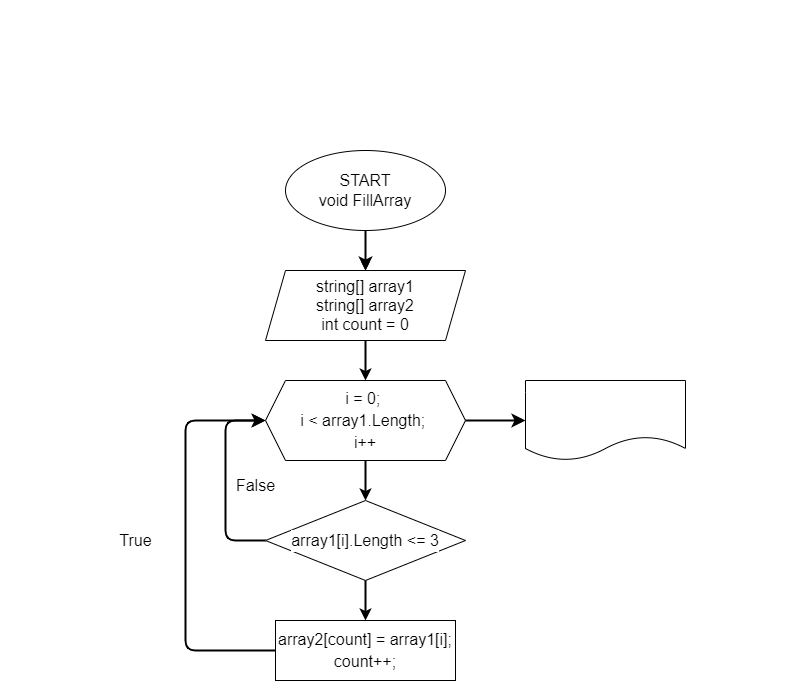
The draw.io diagram diagram.drawio.png in L-manakov/FirstFinalTestWork, before a commit. Source tidied: cells renumbered, new cells last; positions are measured from the earlier drawing's top-left corner, leaving out a move shared by most shapes.
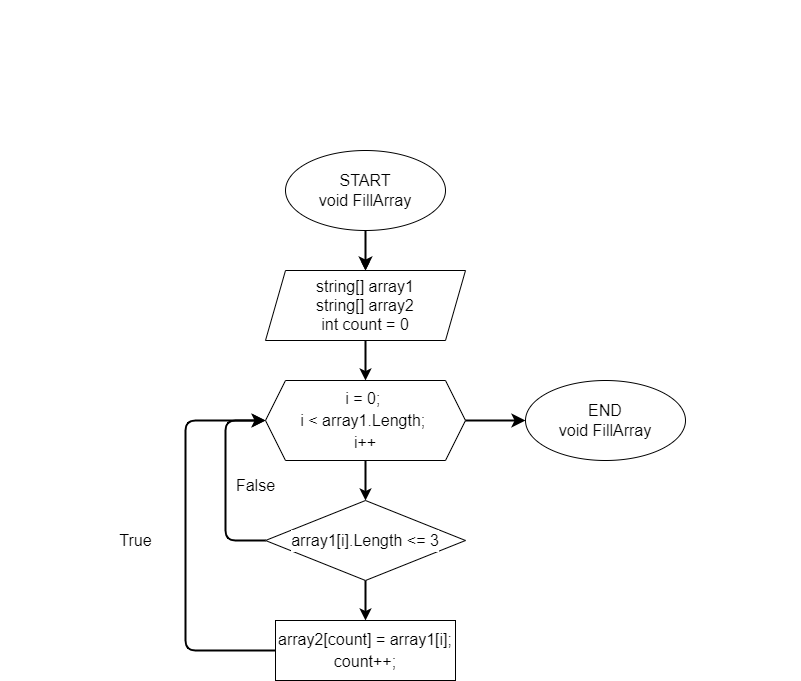
Above is the later version.

The edit, as a diff of the source:
```diff
@@ -23,8 +23,10 @@
     <mxCell id="8" style="edgeStyle=none;html=1;fontFamily=Helvetica;fontSize=16;fontColor=#000000;strokeWidth=2;" parent="1" edge="1" source="10" target="13">
       <mxGeometry relative="1" as="geometry" />
     </mxCell>
-    <mxCell id="9" style="edgeStyle=none;html=1;strokeWidth=2;fontFamily=Helvetica;fontSize=16;fontColor=#000000;startSize=8;endSize=8;" parent="1" edge="1" source="10" target="18">
-      <mxGeometry relative="1" as="geometry" />
+    <mxCell id="9" style="edgeStyle=none;html=1;strokeWidth=2;fontFamily=Helvetica;fontSize=16;fontColor=#000000;startSize=8;endSize=8;" parent="1" edge="1" source="10">
+      <mxGeometry relative="1" as="geometry">
+        <mxPoint x="525" y="420" as="targetPoint" />
+      </mxGeometry>
     </mxCell>
     <mxCell id="10" value="&lt;div style=&quot;line-height: 22px;&quot;&gt;&lt;span style=&quot;background-color: rgb(255, 255, 255);&quot;&gt;i = 0;&amp;nbsp;&lt;/span&gt;&lt;/div&gt;&lt;div style=&quot;line-height: 22px;&quot;&gt;&lt;span style=&quot;background-color: rgb(255, 255, 255);&quot;&gt;i &amp;lt; array1.Length;&amp;nbsp;&lt;/span&gt;&lt;/div&gt;&lt;div style=&quot;line-height: 22px;&quot;&gt;&lt;span style=&quot;background-color: rgb(255, 255, 255);&quot;&gt;i++&lt;/span&gt;&lt;/div&gt;" style="shape=hexagon;perimeter=hexagonPerimeter2;whiteSpace=wrap;html=1;fixedSize=1;labelBackgroundColor=#FFFFFF;fontFamily=Helvetica;fontSize=16;fontColor=#000000;" parent="1" vertex="1">
       <mxGeometry x="265" y="380" width="200" height="80" as="geometry" />
@@ -62,8 +64,8 @@
     <mxCell id="17" value="&lt;span style=&quot;background-color: rgb(255, 255, 255);&quot;&gt;False&lt;/span&gt;" style="text;html=1;align=center;verticalAlign=middle;strokeColor=none;fillColor=none;fontSize=16;fontFamily=Helvetica;fontColor=#000000;" parent="1" vertex="1">
       <mxGeometry x="225" y="470" width="60" height="30" as="geometry" />
     </mxCell>
-    <mxCell id="18" style="shape=document;whiteSpace=wrap;html=1;boundedLbl=1;labelBackgroundColor=#FFFFFF;fontFamily=Helvetica;fontSize=16;fontColor=#000000;" parent="1" vertex="1">
-      <mxGeometry x="525" y="380" width="160" height="80" as="geometry" />
-    </mxCell>
+    <mxCell id="19" value="&lt;font style=&quot;background-color: rgb(255, 255, 255); font-size: 16px;&quot; color=&quot;#000000&quot;&gt;END&lt;br&gt;void FillArray&lt;br&gt;&lt;/font&gt;" style="ellipse;whiteSpace=wrap;html=1;" parent="1" vertex="1">
+      <mxGeometry x="525" y="380" width="160" height="80" as="geometry" />
+    </mxCell>
   </root>
 </mxGraphModel>
```
